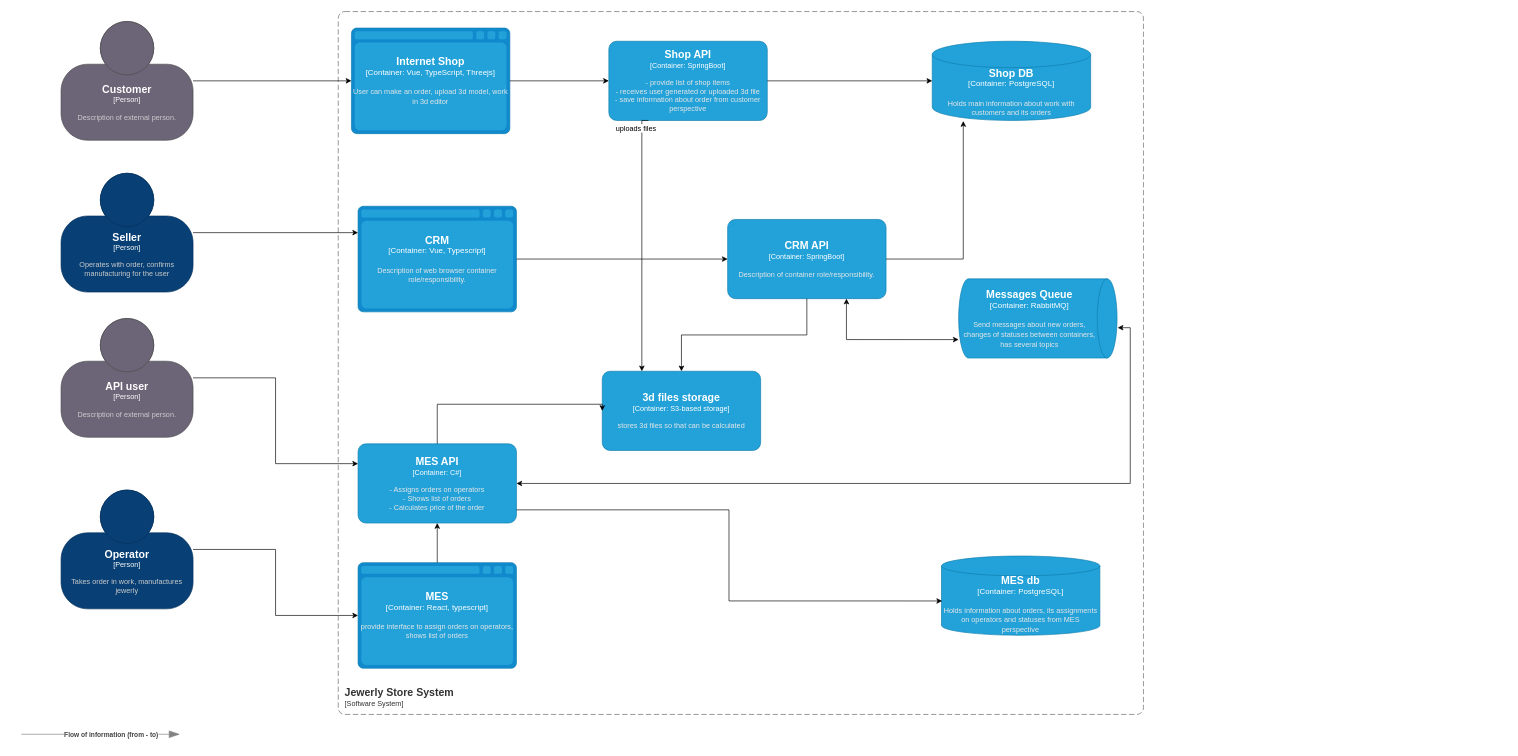
Above: Task3/jewerly_c4_model_tracing.drawio in petrnikitin/architecture-pro-alexandrite (draw.io), before the change. Source tidied: cells renumbered, new cells numbered last; positions are measured from the earlier drawing's top-left corner, leaving out a move shared by most shapes. Both pictures are drawn from the tidied source at 66%, with x=0, y=0 at pixel (21, 11).
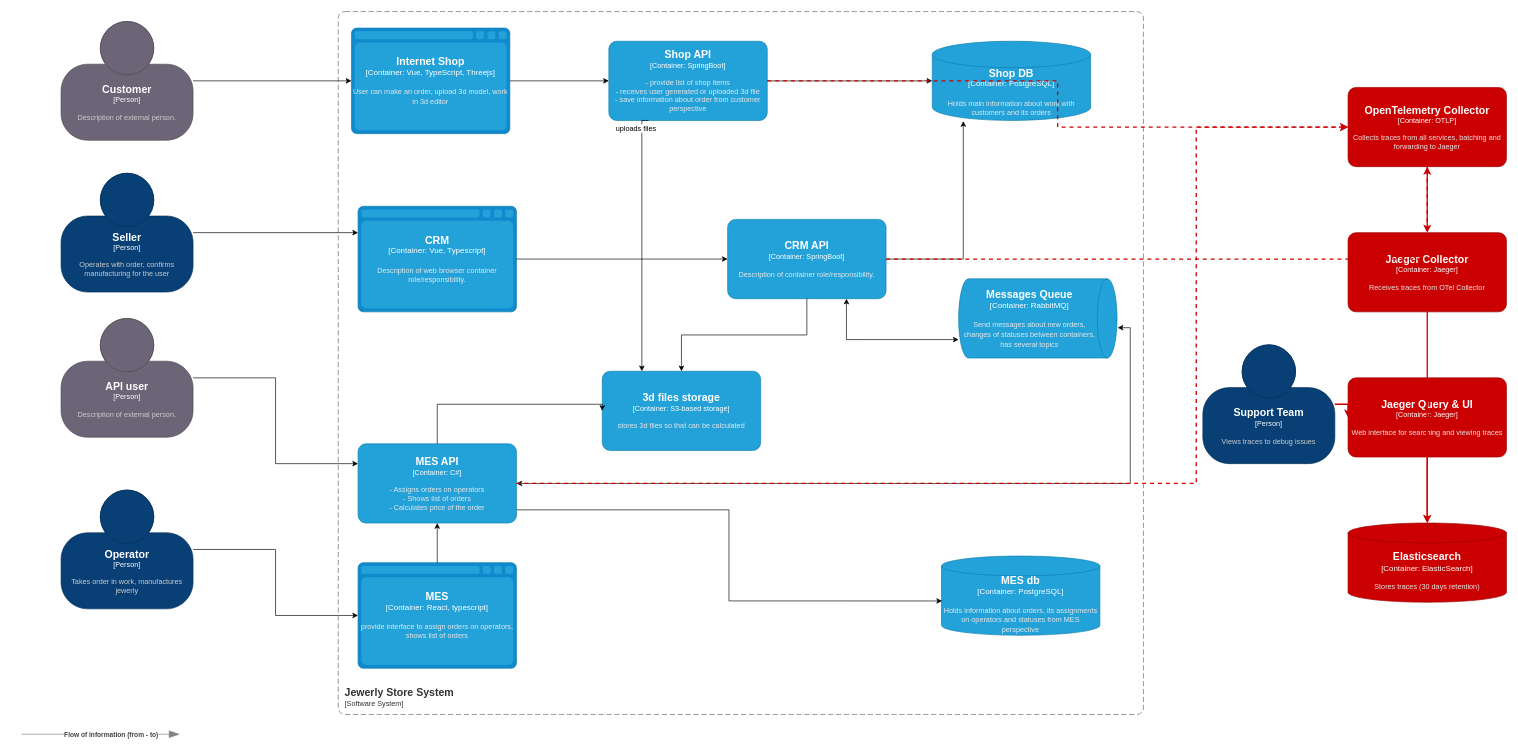
The same diagram, later.

Unchanged cells that the change refers to:
```xml
<object id="2" label="&lt;font style=&quot;font-size: 16px&quot;&gt;&lt;b&gt;%c4Name%&lt;/b&gt;&lt;/font&gt;&lt;div&gt;[%c4Type%: %c4Technology%]&lt;/div&gt;&lt;br&gt;&lt;div&gt;&lt;font style=&quot;font-size: 11px&quot;&gt;&lt;font color=&quot;#E6E6E6&quot;&gt;%c4Description%&lt;/font&gt;&lt;/div&gt;" c4Description="- Assigns orders on operators&#10;- Shows list of orders&#10;- Calculates price of the order" c4Name="MES API" c4Technology="C#" c4Type="Container" placeholders="1">
  <mxCell style="rounded=1;whiteSpace=wrap;html=1;fontSize=11;labelBackgroundColor=none;fillColor=#23A2D9;fontColor=#ffffff;align=center;arcSize=10;strokeColor=#0E7DAD;points=[[0.25,0,0],[0.5,0,0],[0.75,0,0],[1,0.25,0],[1,0.5,0],[1,0.75,0],[0.75,1,0],[0.5,1,0],[0.25,1,0],[0,0.75,0],[0,0.5,0],[0,0.25,0]];" parent="1" vertex="1">
    <mxGeometry x="510" y="655" width="240" height="120" as="geometry" />
  </mxCell>
</object>
<object id="10" label="&lt;font style=&quot;font-size: 16px&quot;&gt;&lt;b&gt;%c4Name%&lt;/b&gt;&lt;/font&gt;&lt;div&gt;[%c4Type%: %c4Technology%]&lt;/div&gt;&lt;br&gt;&lt;div&gt;&lt;font style=&quot;font-size: 11px&quot;&gt;&lt;font color=&quot;#E6E6E6&quot;&gt;%c4Description%&lt;/font&gt;&lt;/div&gt;" c4Description="- provide list of shop items&#10;- receives user generated or uploaded 3d file&#10;- save information about order from customer perspective&#10;" c4Name="Shop API" c4Technology="SpringBoot" c4Type="Container" placeholders="1">
  <mxCell style="rounded=1;whiteSpace=wrap;html=1;fontSize=11;labelBackgroundColor=none;fillColor=#23A2D9;fontColor=#ffffff;align=center;arcSize=10;strokeColor=#0E7DAD;points=[[0.25,0,0],[0.5,0,0],[0.75,0,0],[1,0.25,0],[1,0.5,0],[1,0.75,0],[0.75,1,0],[0.5,1,0],[0.25,1,0],[0,0.75,0],[0,0.5,0],[0,0.25,0]];" parent="1" vertex="1">
    <mxGeometry x="890" y="45" width="240" height="120" as="geometry" />
  </mxCell>
</object>
<object id="12" label="&lt;font style=&quot;font-size: 16px&quot;&gt;&lt;b&gt;%c4Name%&lt;/b&gt;&lt;/font&gt;&lt;div&gt;[%c4Type%: %c4Technology%]&lt;/div&gt;&lt;br&gt;&lt;div&gt;&lt;font style=&quot;font-size: 11px&quot;&gt;&lt;font color=&quot;#E6E6E6&quot;&gt;%c4Description%&lt;/font&gt;&lt;/div&gt;" c4Description="Description of container role/responsibility." c4Name="CRM API" c4Technology="SpringBoot" c4Type="Container" placeholders="1">
  <mxCell style="rounded=1;whiteSpace=wrap;html=1;fontSize=11;labelBackgroundColor=none;fillColor=#23A2D9;fontColor=#ffffff;align=center;arcSize=10;strokeColor=#0E7DAD;points=[[0.25,0,0],[0.5,0,0],[0.75,0,0],[1,0.25,0],[1,0.5,0],[1,0.75,0],[0.75,1,0],[0.5,1,0],[0.25,1,0],[0,0.75,0],[0,0.5,0],[0,0.25,0]];" parent="1" vertex="1">
    <mxGeometry x="1070" y="315" width="240" height="120" as="geometry" />
  </mxCell>
</object>
```

Diff of the diagram source:
```diff
@@
+    <object id="34" label="&lt;font style=&quot;font-size: 16px&quot;&gt;&lt;b&gt;%c4Name%&lt;/b&gt;&lt;/font&gt;&lt;div&gt;[%c4Type%: %c4Technology%]&lt;/div&gt;&lt;br&gt;&lt;div&gt;&lt;font style=&quot;font-size: 11px&quot;&gt;&lt;font color=&quot;#E6E6E6&quot;&gt;%c4Description%&lt;/font&gt;&lt;/div&gt;" c4Description="Collects traces from all services, batching and forwarding to Jaeger" c4Name="OpenTelemetry Collector" c4Technology="OTLP" c4Type="Container" placeholders="1">
+      <mxCell style="rounded=1;whiteSpace=wrap;html=1;fontSize=11;labelBackgroundColor=none;fillColor=#CB0000;fontColor=#ffffff;align=center;arcSize=10;strokeColor=#990000;points=[[0.25,0,0],[0.5,0,0],[0.75,0,0],[1,0.25,0],[1,0.5,0],[1,0.75,0],[0.75,1,0],[0.5,1,0],[0.25,1,0],[0,0.75,0],[0,0.5,0],[0,0.25,0]];" parent="1" vertex="1">
+        <mxGeometry x="2010" y="115" width="240" height="120" as="geometry" />
+      </mxCell>
+    </object>
+    <object id="35" label="&lt;font style=&quot;font-size: 16px&quot;&gt;&lt;b&gt;%c4Name%&lt;/b&gt;&lt;/font&gt;&lt;div&gt;[%c4Type%: %c4Technology%]&lt;/div&gt;&lt;br&gt;&lt;div&gt;&lt;font style=&quot;font-size: 11px&quot;&gt;&lt;font color=&quot;#E6E6E6&quot;&gt;%c4Description%&lt;/font&gt;&lt;/div&gt;" c4Description="Receives traces from OTel Collector" c4Name="Jaeger Collector" c4Technology="Jaeger" c4Type="Container" placeholders="1">
+      <mxCell style="rounded=1;whiteSpace=wrap;html=1;fontSize=11;labelBackgroundColor=none;fillColor=#CB0000;fontColor=#ffffff;align=center;arcSize=10;strokeColor=#990000;points=[[0.25,0,0],[0.5,0,0],[0.75,0,0],[1,0.25,0],[1,0.5,0],[1,0.75,0],[0.75,1,0],[0.5,1,0],[0.25,1,0],[0,0.75,0],[0,0.5,0],[0,0.25,0]];" parent="1" vertex="1">
+        <mxGeometry x="2010" y="335" width="240" height="120" as="geometry" />
+      </mxCell>
+    </object>
+    <object id="36" label="&lt;font style=&quot;font-size: 16px&quot;&gt;&lt;b&gt;%c4Name%&lt;/b&gt;&lt;/font&gt;&lt;div&gt;[%c4Type%: %c4Technology%]&lt;/div&gt;&lt;br&gt;&lt;div&gt;&lt;font style=&quot;font-size: 11px&quot;&gt;&lt;font color=&quot;#E6E6E6&quot;&gt;%c4Description%&lt;/font&gt;&lt;/div&gt;" c4Description="Web interface for searching and viewing traces" c4Name="Jaeger Query &amp; UI" c4Technology="Jaeger" c4Type="Container" placeholders="1">
+      <mxCell style="rounded=1;whiteSpace=wrap;html=1;fontSize=11;labelBackgroundColor=none;fillColor=#CB0000;fontColor=#ffffff;align=center;arcSize=10;strokeColor=#990000;points=[[0.25,0,0],[0.5,0,0],[0.75,0,0],[1,0.25,0],[1,0.5,0],[1,0.75,0],[0.75,1,0],[0.5,1,0],[0.25,1,0],[0,0.75,0],[0,0.5,0],[0,0.25,0]];" parent="1" vertex="1">
+        <mxGeometry x="2010" y="555" width="240" height="120" as="geometry" />
+      </mxCell>
+    </object>
+    <object id="37" label="&lt;font style=&quot;font-size: 16px&quot;&gt;&lt;b&gt;%c4Name%&lt;/b&gt;&lt;/font&gt;&lt;div&gt;[%c4Type%:&amp;nbsp;%c4Technology%]&lt;/div&gt;&lt;br&gt;&lt;div&gt;&lt;font style=&quot;font-size: 11px&quot;&gt;&lt;font color=&quot;#E6E6E6&quot;&gt;%c4Description%&lt;/font&gt;&lt;/div&gt;" c4Description="Stores traces (30 days retention)" c4Name="Elasticsearch" c4Technology="ElasticSearch" c4Type="Container" placeholders="1">
+      <mxCell style="shape=cylinder3;size=15;whiteSpace=wrap;html=1;boundedLbl=1;rounded=0;labelBackgroundColor=none;fillColor=#CB0000;fontSize=12;fontColor=#ffffff;align=center;strokeColor=#990000;points=[[0.5,0,0],[1,0.25,0],[1,0.5,0],[1,0.75,0],[0.5,1,0],[0,0.75,0],[0,0.5,0],[0,0.25,0]];" parent="1" vertex="1">
+        <mxGeometry x="2010" y="775" width="240" height="120" as="geometry" />
+      </mxCell>
+    </object>
+    <object id="38" label="&lt;font style=&quot;font-size: 16px&quot;&gt;&lt;b&gt;%c4Name%&lt;/b&gt;&lt;/font&gt;&lt;div&gt;[%c4Type%]&lt;/div&gt;&lt;br&gt;&lt;div&gt;&lt;font style=&quot;font-size: 11px&quot;&gt;&lt;font color=&quot;#cccccc&quot;&gt;%c4Description%&lt;/font&gt;&lt;/div&gt;" c4Description="Views traces to debug issues" c4Name="Support Team" c4Type="Person" placeholders="1">
+      <mxCell style="html=1;fontSize=11;dashed=0;whiteSpace=wrap;fillColor=#083F75;strokeColor=#06315C;fontColor=#ffffff;shape=mxgraph.c4.person2;align=center;points=[[0.5,0,0],[1,0.5,0],[1,0.75,0],[0.75,1,0],[0.5,1,0],[0.25,1,0],[0,0.75,0],[0,0.5,0]];" parent="1" vertex="1">
+        <mxGeometry x="1790" y="505" width="200" height="180" as="geometry" />
+      </mxCell>
+    </object>
+    <mxCell id="39" style="edgeStyle=orthogonalEdgeStyle;rounded=0;jettySize=auto;html=1;strokeColor=#CC0000;strokeWidth=2;dashed=1;" parent="1" edge="1" source="10" target="34">
+      <mxGeometry relative="1" as="geometry" />
+    </mxCell>
+    <mxCell id="40" style="edgeStyle=orthogonalEdgeStyle;rounded=0;jettySize=auto;html=1;strokeColor=#CC0000;strokeWidth=2;dashed=1;" parent="1" edge="1" source="12" target="34">
+      <mxGeometry relative="1" as="geometry" />
+    </mxCell>
+    <mxCell id="41" style="edgeStyle=orthogonalEdgeStyle;rounded=0;jettySize=auto;html=1;strokeColor=#CC0000;strokeWidth=2;dashed=1;" parent="1" edge="1" source="2" target="34">
+      <mxGeometry relative="1" as="geometry">
+        <Array as="points">
+          <mxPoint x="1780" y="715" />
+          <mxPoint x="1780" y="175" />
+        </Array>
+      </mxGeometry>
+    </mxCell>
+    <mxCell id="42" style="edgeStyle=orthogonalEdgeStyle;rounded=0;jettySize=auto;html=1;strokeColor=#CC0000;strokeWidth=2;" parent="1" edge="1" source="34" target="35">
+      <mxGeometry relative="1" as="geometry" />
+    </mxCell>
+    <mxCell id="43" style="edgeStyle=orthogonalEdgeStyle;rounded=0;jettySize=auto;html=1;strokeColor=#CC0000;strokeWidth=2;" parent="1" edge="1" source="35" target="37">
+      <mxGeometry relative="1" as="geometry">
+        <Array as="points">
+          <mxPoint x="2130" y="495" />
+          <mxPoint x="2130" y="835" />
+        </Array>
+      </mxGeometry>
+    </mxCell>
+    <mxCell id="44" style="edgeStyle=orthogonalEdgeStyle;rounded=0;jettySize=auto;html=1;strokeColor=#CC0000;strokeWidth=2;" parent="1" edge="1" source="36" target="37">
+      <mxGeometry relative="1" as="geometry" />
+    </mxCell>
+    <mxCell id="45" style="edgeStyle=orthogonalEdgeStyle;rounded=0;jettySize=auto;html=1;strokeColor=#CC0000;strokeWidth=2;" parent="1" edge="1" source="38" target="36">
+      <mxGeometry relative="1" as="geometry" />
+    </mxCell>
```
